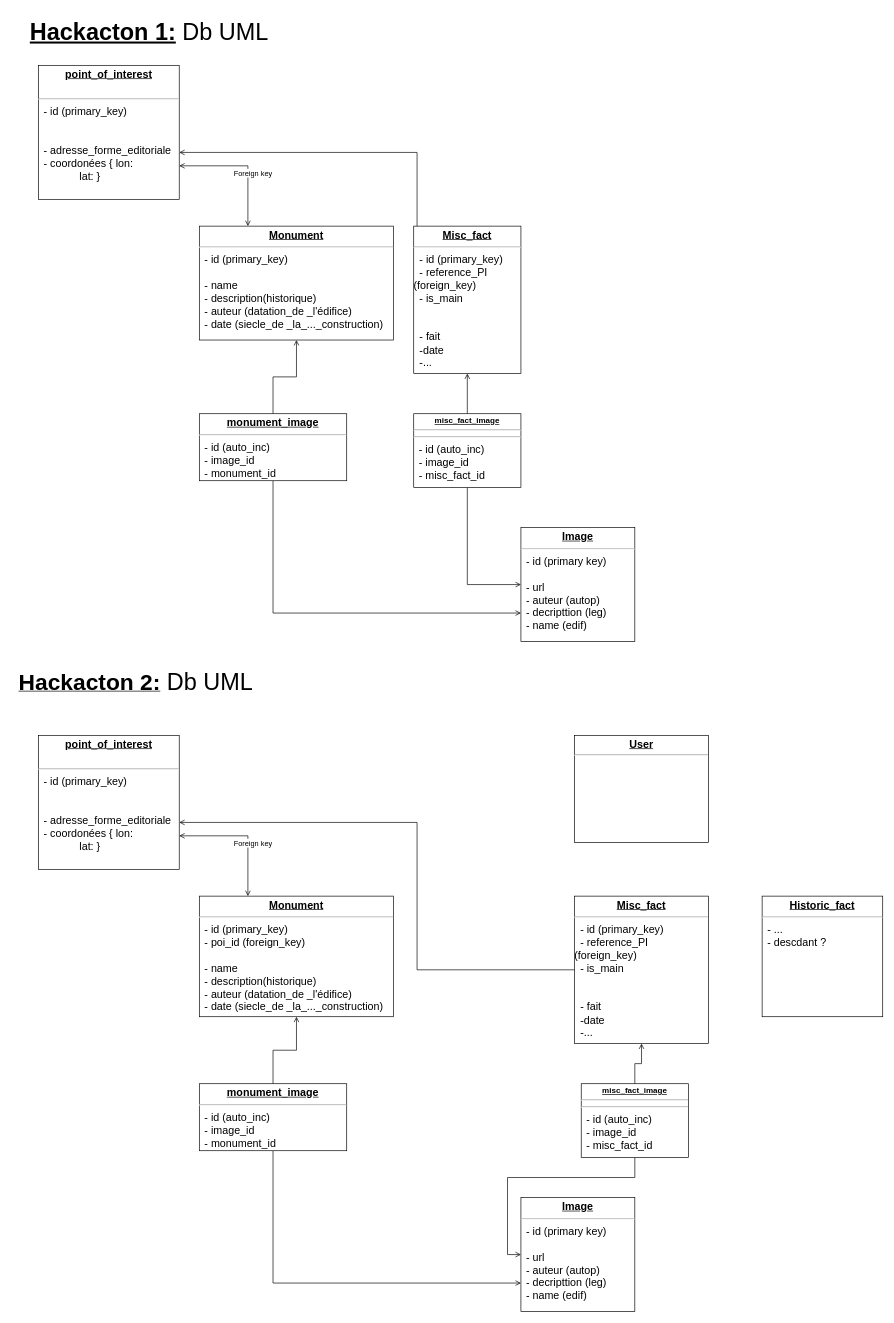
The draw.io diagram StepOut_UML.drawio in Bazajee/StepOut, before the edit. Source tidied: cells renumbered, new cells numbered last; positions are measured from the earlier drawing's top-left corner, leaving out a move shared by most shapes. Both pictures are drawn from the tidied source at 67%, with x=0, y=0 at pixel (11, 11).
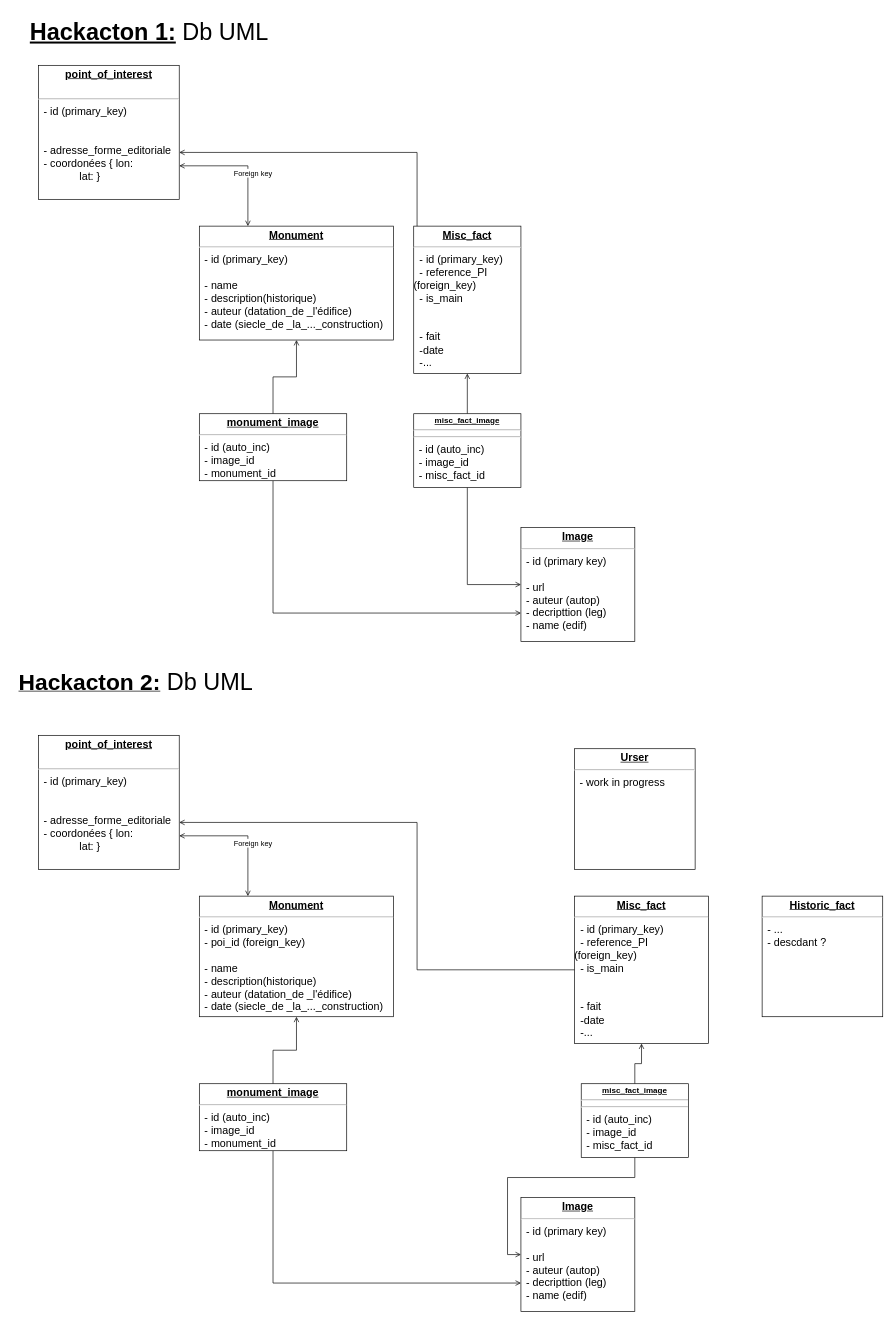
After the change.

Commit message:
Mettre à jour StepOut_UML.drawio

What changed in the source:
```diff
@@
-    <mxCell id="4" value="&lt;p style=&quot;margin: 4px 0px 0px; text-align: center; text-decoration: underline; font-size: 13px;&quot;&gt;&lt;font size=&quot;1&quot;&gt;&lt;b style=&quot;font-size: 16px;&quot;&gt;User&lt;/b&gt;&lt;/font&gt;&lt;/p&gt;&lt;hr&gt;" style="verticalAlign=top;align=left;overflow=fill;fontSize=12;fontFamily=Helvetica;html=1;whiteSpace=wrap;" parent="1" vertex="1">
-      <mxGeometry x="840" y="1080" width="200" height="160" as="geometry" />
-    </mxCell>
@@
+    <mxCell id="33" value="&lt;p style=&quot;margin: 4px 0px 0px; text-align: center; text-decoration: underline; font-size: 16px;&quot;&gt;&lt;font style=&quot;font-size: 16px;&quot;&gt;&lt;b&gt;Urser&lt;br&gt;&lt;/b&gt;&lt;/font&gt;&lt;/p&gt;&lt;hr style=&quot;font-size: 16px;&quot;&gt;&lt;p style=&quot;margin: 0px 0px 0px 8px; font-size: 16px;&quot;&gt;&lt;font style=&quot;font-size: 16px;&quot;&gt;- work in progress&lt;br&gt;&lt;/font&gt;&lt;/p&gt;&lt;p style=&quot;margin: 0px 0px 0px 8px; font-size: 16px;&quot;&gt;&lt;br&gt;&lt;/p&gt;" style="verticalAlign=top;align=left;overflow=fill;fontSize=12;fontFamily=Helvetica;html=1;whiteSpace=wrap;" parent="1" vertex="1">
+      <mxGeometry x="840" y="1100" width="180" height="180" as="geometry" />
+    </mxCell>
```
